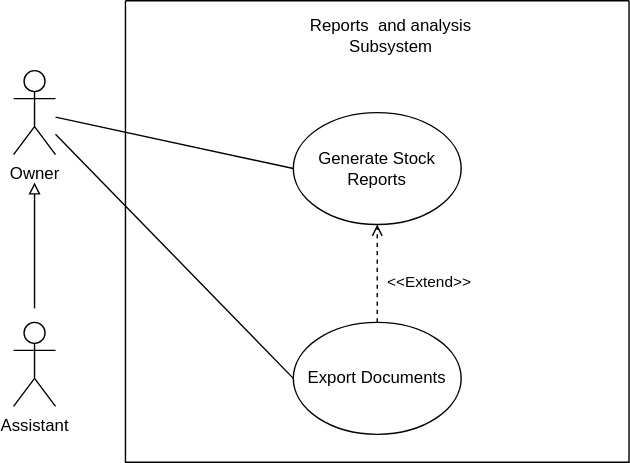
Before: Reports_Analysis.svg, a diagram exported from draw.io (Simamkele88/IFM3_GP). Source tidied: cells renumbered, new cells last; positions are measured from the earlier drawing's top-left corner, leaving out a move shared by most shapes.
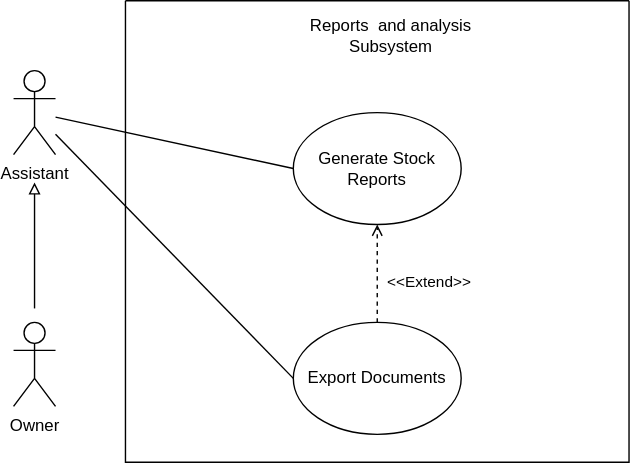
Above is the later version.

Change to the diagram source:
```diff
@@ -22,7 +22,7 @@
     <mxCell id="7" value="Export Documents" style="ellipse;whiteSpace=wrap;html=1;" parent="2" vertex="1">
       <mxGeometry x="120" y="230" width="120" height="80" as="geometry" />
     </mxCell>
-    <mxCell id="8" value="Assistant" style="shape=umlActor;verticalLabelPosition=bottom;verticalAlign=top;html=1;" parent="1" vertex="1">
+    <mxCell id="8" value="Owner" style="shape=umlActor;verticalLabelPosition=bottom;verticalAlign=top;html=1;" parent="1" vertex="1">
       <mxGeometry y="230" width="30" height="60" as="geometry" />
     </mxCell>
     <mxCell id="9" style="endArrow=none;html=1;rounded=0;entryX=0;entryY=0.5;entryDx=0;entryDy=0;" parent="1" edge="1" source="11" target="6">
@@ -31,7 +31,7 @@
     <mxCell id="10" style="endArrow=none;html=1;rounded=0;entryX=0;entryY=0.5;entryDx=0;entryDy=0;" parent="1" edge="1" source="11" target="7">
       <mxGeometry relative="1" as="geometry" />
     </mxCell>
-    <mxCell id="11" value="Owner" style="shape=umlActor;verticalLabelPosition=bottom;verticalAlign=top;html=1;outlineConnect=0;" parent="1" vertex="1">
+    <mxCell id="11" value="Assistant" style="shape=umlActor;verticalLabelPosition=bottom;verticalAlign=top;html=1;outlineConnect=0;" parent="1" vertex="1">
       <mxGeometry y="50" width="30" height="60" as="geometry" />
     </mxCell>
     <mxCell id="12" style="endArrow=block;html=1;rounded=0;endFill=0;" parent="1" edge="1">
```
